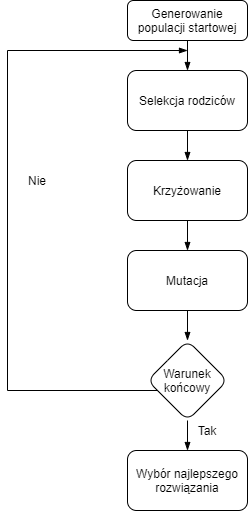
Above: grafika/algorytm_genetyczny.png in KamilLetowski/mgr (draw.io), before the change. Source tidied: cells renumbered, new cells last; positions are measured from the earlier drawing's top-left corner, leaving out a move shared by most shapes.
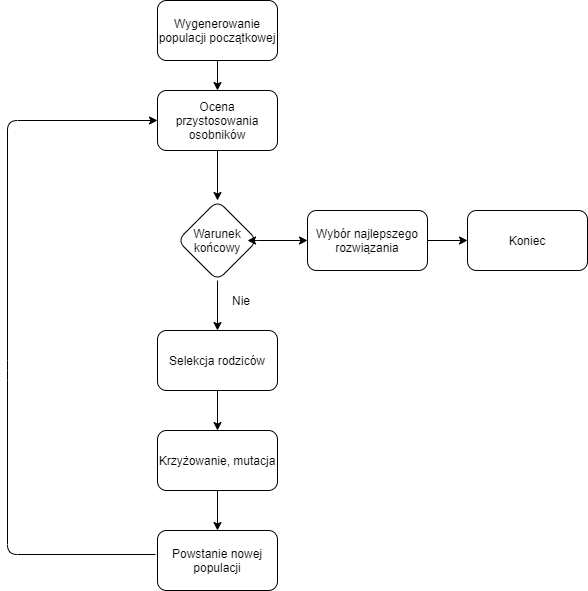
After the change.

The edit, as a diff of the source:
```diff
@@ -1,53 +1,66 @@
 <mxGraphModel>
   <root>
-    <mxCell id="0" />
-    <mxCell id="1" parent="0" />
-    <mxCell id="2" style="edgeStyle=orthogonalEdgeStyle;rounded=0;jettySize=auto;html=1;endArrow=blockThin;endFill=1;" parent="1" edge="1" source="3" target="5">
-      <mxGeometry relative="1" as="geometry" />
-    </mxCell>
-    <mxCell id="3" value="Generowanie populacji startowej" style="rounded=1;whiteSpace=wrap;html=1;fontSize=12;glass=0;strokeWidth=1;shadow=0;" parent="1" vertex="1">
-      <mxGeometry x="120" width="120" height="40" as="geometry" />
-    </mxCell>
-    <mxCell id="4" style="edgeStyle=orthogonalEdgeStyle;rounded=0;jettySize=auto;html=1;endArrow=blockThin;endFill=1;" parent="1" edge="1" source="5" target="7">
-      <mxGeometry relative="1" as="geometry" />
-    </mxCell>
-    <mxCell id="5" value="Selekcja rodziców" style="whiteSpace=wrap;html=1;rounded=1;shadow=0;strokeWidth=1;glass=0;" parent="1" vertex="1">
-      <mxGeometry x="120" y="70" width="120" height="60" as="geometry" />
-    </mxCell>
-    <mxCell id="6" style="edgeStyle=orthogonalEdgeStyle;rounded=0;jettySize=auto;html=1;endArrow=blockThin;endFill=1;" parent="1" edge="1" source="7" target="9">
-      <mxGeometry relative="1" as="geometry" />
-    </mxCell>
-    <mxCell id="7" value="Krzyżowanie" style="whiteSpace=wrap;html=1;rounded=1;shadow=0;strokeWidth=1;glass=0;" parent="1" vertex="1">
-      <mxGeometry x="120" y="160" width="120" height="60" as="geometry" />
-    </mxCell>
-    <mxCell id="8" style="edgeStyle=orthogonalEdgeStyle;rounded=0;jettySize=auto;html=1;endArrow=blockThin;endFill=1;" parent="1" edge="1" source="9" target="11">
-      <mxGeometry relative="1" as="geometry" />
-    </mxCell>
-    <mxCell id="9" value="Mutacja" style="whiteSpace=wrap;html=1;rounded=1;shadow=0;strokeWidth=1;glass=0;" parent="1" vertex="1">
-      <mxGeometry x="120" y="250" width="120" height="60" as="geometry" />
-    </mxCell>
+    <mxCell id="16" />
+    <mxCell id="17" parent="16" />
+    <mxCell id="18" style="edgeStyle=orthogonalEdgeStyle;rounded=0;jettySize=auto;html=1;" parent="17" edge="1" source="19" target="21">
+      <mxGeometry relative="1" as="geometry" />
+    </mxCell>
+    <mxCell id="19" value="Wygenerowanie populacji początkowej" style="rounded=1;whiteSpace=wrap;html=1;" parent="17" vertex="1">
+      <mxGeometry x="270" y="-30" width="120" height="60" as="geometry" />
+    </mxCell>
+    <mxCell id="20" style="edgeStyle=orthogonalEdgeStyle;rounded=0;jettySize=auto;html=1;" parent="17" edge="1" source="21" target="11">
+      <mxGeometry relative="1" as="geometry" />
+    </mxCell>
+    <mxCell id="21" value="Ocena przystosowania osobników" style="whiteSpace=wrap;html=1;rounded=1;" parent="17" vertex="1">
+      <mxGeometry x="270" y="60" width="120" height="60" as="geometry" />
+    </mxCell>
+    <mxCell id="22" style="edgeStyle=orthogonalEdgeStyle;rounded=0;jettySize=auto;html=1;" parent="17" edge="1" source="11" target="5">
+      <mxGeometry relative="1" as="geometry" />
+    </mxCell>
-    <mxCell id="10" style="edgeStyle=orthogonalEdgeStyle;rounded=0;jettySize=auto;html=1;endArrow=blockThin;endFill=1;" parent="1" edge="1" source="11" target="14">
+    <mxCell id="10" style="edgeStyle=orthogonalEdgeStyle;rounded=0;jettySize=auto;html=1;strokeColor=#000000;" parent="17" edge="1" source="11" target="14">
       <mxGeometry relative="1" as="geometry" />
     </mxCell>
-    <mxCell id="11" value="Warunek końcowy" style="rhombus;whiteSpace=wrap;html=1;rounded=1;shadow=0;strokeWidth=1;glass=0;" parent="1" vertex="1">
-      <mxGeometry x="140" y="340" width="80" height="80" as="geometry" />
+    <mxCell id="11" value="Warunek końcowy&lt;br&gt;" style="rhombus;whiteSpace=wrap;html=1;rounded=1;" parent="17" vertex="1">
+      <mxGeometry x="290" y="170" width="80" height="80" as="geometry" />
     </mxCell>
-    <mxCell id="12" style="edgeStyle=orthogonalEdgeStyle;rounded=0;jettySize=auto;html=1;endArrow=blockThin;endFill=1;" parent="1" edge="1" source="11">
-      <mxGeometry relative="1" as="geometry">
-        <mxPoint x="180" y="50" as="targetPoint" />
-        <Array as="points">
-          <mxPoint y="390" />
-        </Array>
-      </mxGeometry>
-    </mxCell>
+    <mxCell id="23" style="edgeStyle=orthogonalEdgeStyle;rounded=0;jettySize=auto;html=1;" parent="17" edge="1" source="5" target="25">
+      <mxGeometry relative="1" as="geometry" />
+    </mxCell>
+    <mxCell id="5" value="Selekcja rodziców" style="whiteSpace=wrap;html=1;rounded=1;" parent="17" vertex="1">
+      <mxGeometry x="270" y="300" width="120" height="60" as="geometry" />
+    </mxCell>
+    <mxCell id="24" style="edgeStyle=orthogonalEdgeStyle;rounded=0;jettySize=auto;html=1;" parent="17" edge="1" source="25" target="26">
+      <mxGeometry relative="1" as="geometry" />
+    </mxCell>
+    <mxCell id="25" value="Krzyżowanie, mutacja" style="whiteSpace=wrap;html=1;rounded=1;" parent="17" vertex="1">
+      <mxGeometry x="270" y="400" width="120" height="60" as="geometry" />
+    </mxCell>
+    <mxCell id="26" value="Powstanie nowej populacji" style="whiteSpace=wrap;html=1;rounded=1;" parent="17" vertex="1">
+      <mxGeometry x="270" y="500" width="120" height="60" as="geometry" />
+    </mxCell>
+    <mxCell id="27" style="endArrow=classic;html=1;exitX=-0.017;exitY=0.4;exitDx=0;exitDy=0;exitPerimeter=0;entryX=0;entryY=0.5;entryDx=0;entryDy=0;" parent="17" edge="1" source="26" target="21">
+      <mxGeometry relative="1" as="geometry">
+        <Array as="points">
+          <mxPoint x="120" y="524" />
+          <mxPoint x="120" y="340" />
+          <mxPoint x="120" y="90" />
+        </Array>
+      </mxGeometry>
+    </mxCell>
-    <mxCell id="13" value="Nie" style="text;html=1;strokeColor=none;fillColor=none;align=center;verticalAlign=middle;whiteSpace=wrap;rounded=0;" parent="1" vertex="1">
-      <mxGeometry x="10" y="170" width="40" height="20" as="geometry" />
+    <mxCell id="13" value="Nie" style="text;html=1;strokeColor=none;fillColor=none;align=center;verticalAlign=middle;whiteSpace=wrap;rounded=0;" parent="17" vertex="1">
+      <mxGeometry x="334" y="260" width="40" height="20" as="geometry" />
     </mxCell>
+    <mxCell id="28" style="edgeStyle=orthogonalEdgeStyle;rounded=0;orthogonalLoop=1;jettySize=auto;html=1;exitX=1;exitY=0.5;exitDx=0;exitDy=0;entryX=0.875;entryY=0.5;entryDx=0;entryDy=0;entryPerimeter=0;strokeColor=#000000;" parent="17" edge="1" source="11" target="11">
+      <mxGeometry relative="1" as="geometry" />
+    </mxCell>
+    <mxCell id="29" style="edgeStyle=orthogonalEdgeStyle;rounded=0;jettySize=auto;html=1;strokeColor=#000000;" parent="17" edge="1" source="14" target="30">
+      <mxGeometry relative="1" as="geometry" />
+    </mxCell>
-    <mxCell id="14" value="Wybór najlepszego rozwiązania" style="whiteSpace=wrap;html=1;rounded=1;shadow=0;strokeWidth=1;glass=0;" parent="1" vertex="1">
-      <mxGeometry x="120" y="450" width="120" height="60" as="geometry" />
+    <mxCell id="14" value="Wybór najlepszego rozwiązania" style="whiteSpace=wrap;html=1;rounded=1;" parent="17" vertex="1">
+      <mxGeometry x="420" y="180" width="120" height="60" as="geometry" />
     </mxCell>
-    <mxCell id="15" value="Tak" style="text;html=1;strokeColor=none;fillColor=none;align=center;verticalAlign=middle;whiteSpace=wrap;rounded=0;" parent="1" vertex="1">
-      <mxGeometry x="180" y="420" width="40" height="20" as="geometry" />
-    </mxCell>
+    <mxCell id="30" value="Koniec" style="whiteSpace=wrap;html=1;rounded=1;" parent="17" vertex="1">
+      <mxGeometry x="580" y="180" width="120" height="60" as="geometry" />
+    </mxCell>
   </root>
 </mxGraphModel>
```
